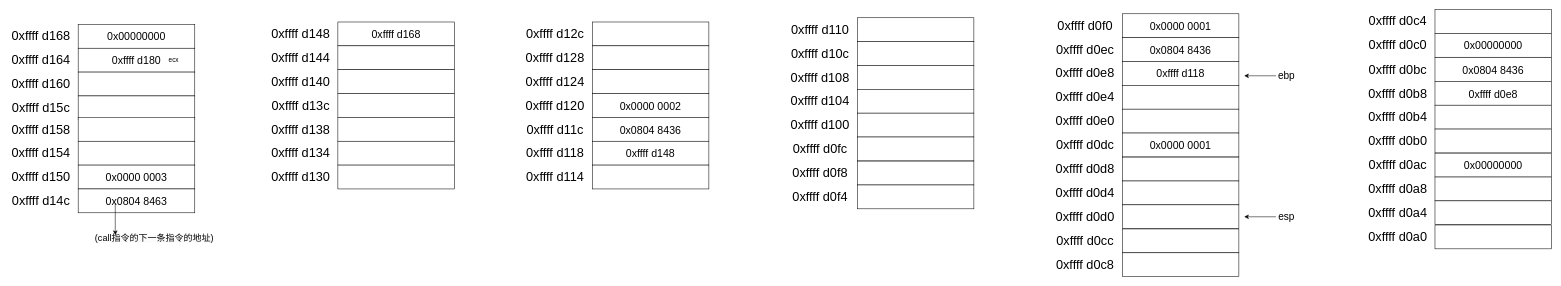
IRiDecenT/graph keeps this draw.io diagram as page "第 11 页" (11 of 11) of ICS实验5.drawio. Above is the earlier version. Source tidied: cells renumbered, new cells numbered last; positions are measured from the earlier drawing's top-left corner, leaving out a move shared by most shapes. Both pictures are drawn from the tidied source at 53%, with x=0, y=0 at pixel (9, 9).
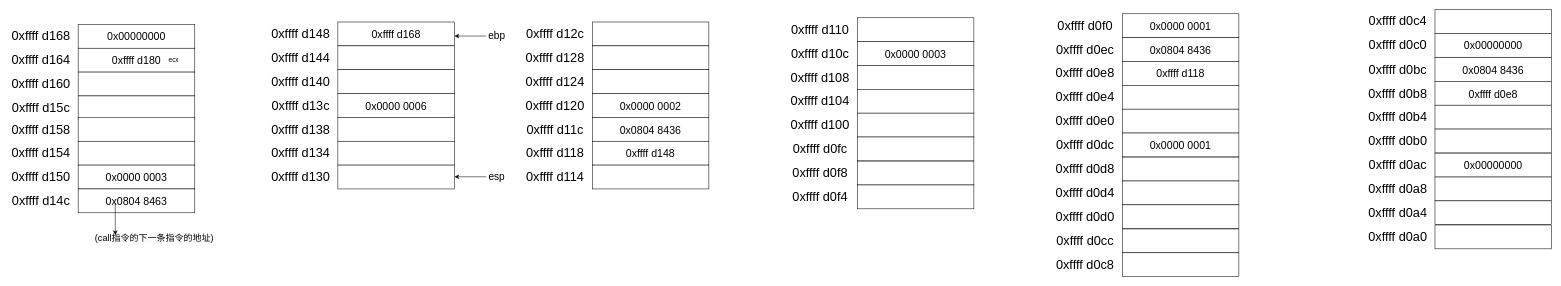
Above is the later version.

The edit, as a diff of the source:
```diff
@@
     <mxCell id="19" value="&lt;font style=&quot;font-size: 19px;&quot;&gt;ebp&lt;/font&gt;" style="text;html=1;strokeColor=none;fillColor=none;align=center;verticalAlign=middle;whiteSpace=wrap;rounded=0;fontSize=19;fontStyle=0;" parent="1" vertex="1">
-      <mxGeometry x="2370" y="111" width="80" height="30" as="geometry" />
+      <mxGeometry x="880" y="36" width="80" height="30" as="geometry" />
     </mxCell>
     <mxCell id="20" style="endArrow=classic;html=1;rounded=0;fontStyle=0;fontSize=19;" parent="1" edge="1">
       <mxGeometry relative="1" as="geometry">
-        <mxPoint x="2390" y="125.5" as="sourcePoint" />
-        <mxPoint x="2330" y="125.5" as="targetPoint" />
+        <mxPoint x="900" y="50.5" as="sourcePoint" />
+        <mxPoint x="840" y="50.5" as="targetPoint" />
       </mxGeometry>
     </mxCell>
@@
-    <mxCell id="28" style="rounded=0;whiteSpace=wrap;html=1;fontSize=20;" parent="1" vertex="1">
+    <mxCell id="28" value="0x0000 0006" style="rounded=0;whiteSpace=wrap;html=1;fontSize=20;" parent="1" vertex="1">
       <mxGeometry x="620" y="159" width="220" height="45" as="geometry" />
     </mxCell>
@@
     <mxCell id="49" value="&lt;font style=&quot;font-size: 19px;&quot;&gt;esp&lt;/font&gt;" style="text;html=1;strokeColor=none;fillColor=none;align=center;verticalAlign=middle;whiteSpace=wrap;rounded=0;fontSize=19;fontStyle=0;" parent="1" vertex="1">
-      <mxGeometry x="2370" y="377" width="80" height="30" as="geometry" />
+      <mxGeometry x="880" y="301.5" width="80" height="30" as="geometry" />
     </mxCell>
     <mxCell id="50" style="endArrow=classic;html=1;rounded=0;fontStyle=0;fontSize=19;" parent="1" edge="1">
       <mxGeometry relative="1" as="geometry">
-        <mxPoint x="2390" y="391.5" as="sourcePoint" />
-        <mxPoint x="2330" y="391.5" as="targetPoint" />
+        <mxPoint x="900" y="316" as="sourcePoint" />
+        <mxPoint x="840" y="316" as="targetPoint" />
       </mxGeometry>
     </mxCell>
@@
-    <mxCell id="56" style="rounded=0;whiteSpace=wrap;html=1;fontSize=20;" parent="1" vertex="1">
+    <mxCell id="56" value="0x0000 0003" style="rounded=0;whiteSpace=wrap;html=1;fontSize=20;" parent="1" vertex="1">
       <mxGeometry x="1600" y="61" width="220" height="45" as="geometry" />
     </mxCell>
```
